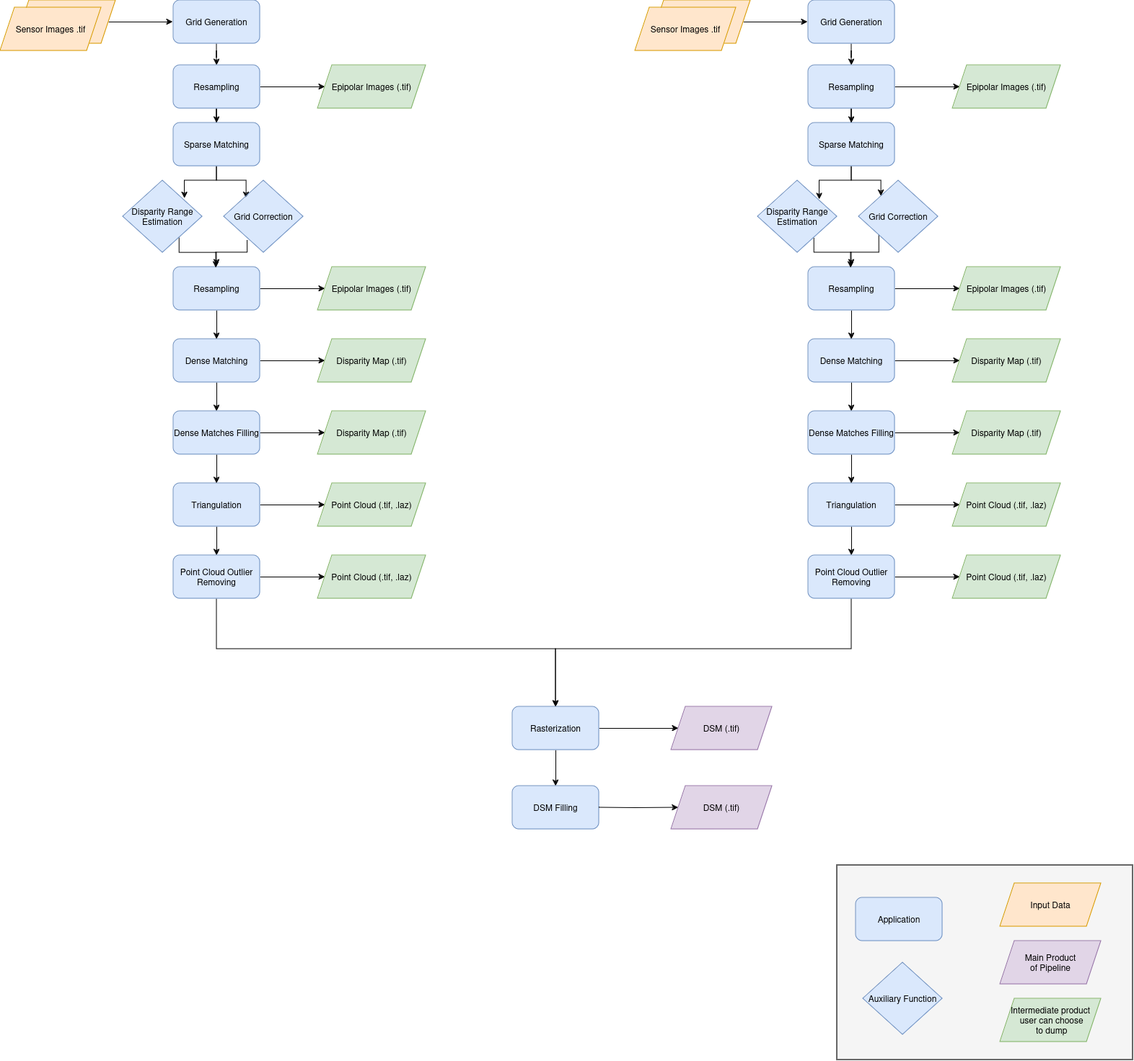
The draw.io diagram docs/source/images/cars_pipeline_multi_pair.png in CNES/cars, before a commit. Source tidied: cells renumbered, new cells last; positions are measured from the earlier drawing's top-left corner, leaving out a move shared by most shapes.
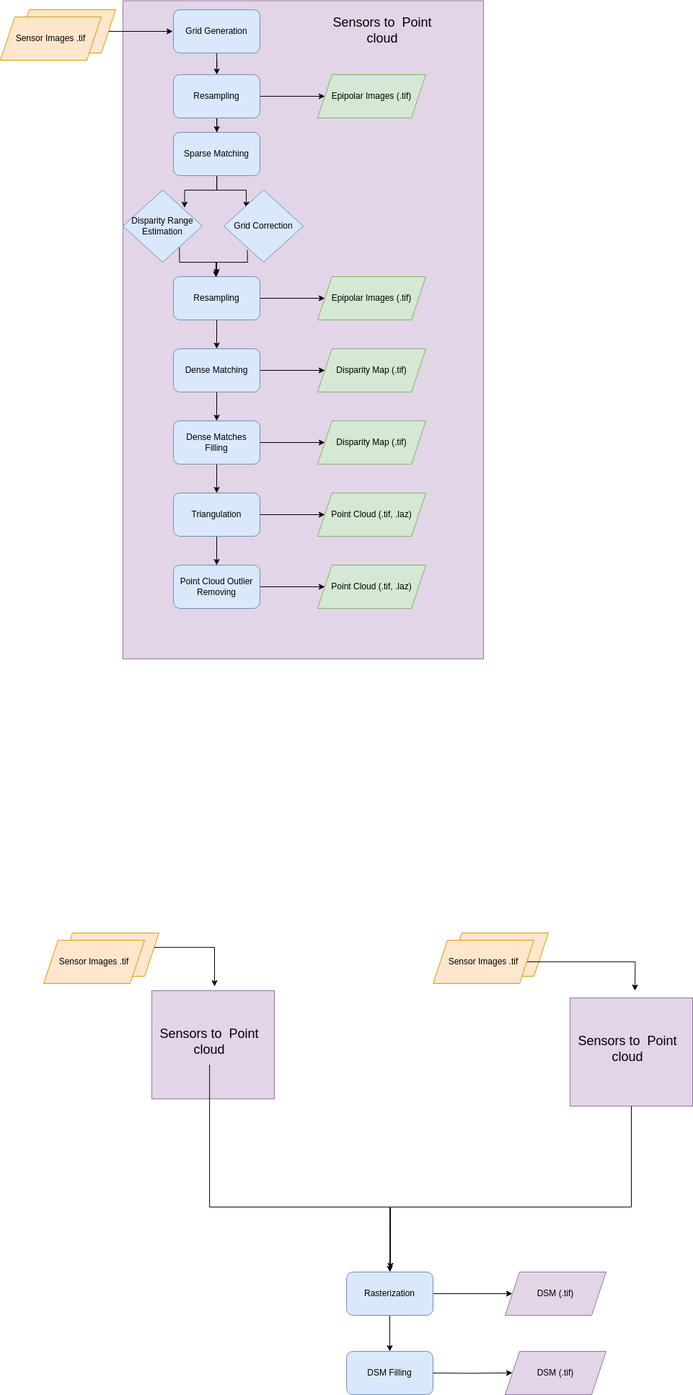
Above is the later version.

Commit message:
doc: update global schema

Diff of the diagram source:
```diff
@@ -2,6 +2,9 @@
   <root>
     <mxCell id="0" />
     <mxCell id="1" parent="0" />
+    <mxCell id="88" style="rounded=0;whiteSpace=wrap;html=1;fillColor=#e1d5e7;strokeColor=#9673a6;" parent="1" vertex="1">
+      <mxGeometry x="170" y="-12.5" width="500" height="912.5" as="geometry" />
+    </mxCell>
     <mxCell id="2" style="edgeStyle=orthogonalEdgeStyle;rounded=0;jettySize=auto;html=1;entryX=-0.008;entryY=0.5;entryDx=0;entryDy=0;entryPerimeter=0;strokeWidth=1;" parent="1" edge="1" source="3" target="5">
       <mxGeometry relative="1" as="geometry" />
     </mxCell>
@@ -32,16 +35,6 @@
     <mxCell id="11" value="Sparse Matching" style="rounded=1;whiteSpace=wrap;html=1;fillColor=#dae8fc;strokeColor=#6c8ebf;" parent="1" vertex="1">
       <mxGeometry x="240" y="170" width="120" height="60" as="geometry" />
     </mxCell>
-    <mxCell id="12" style="edgeStyle=orthogonalEdgeStyle;rounded=0;orthogonalLoop=1;jettySize=auto;html=1;strokeWidth=1;" parent="1" edge="1">
-      <mxGeometry relative="1" as="geometry">
-        <mxPoint x="300" y="830" as="sourcePoint" />
-        <mxPoint x="770" y="980" as="targetPoint" />
-        <Array as="points">
-          <mxPoint x="300" y="900" />
-          <mxPoint x="770" y="900" />
-        </Array>
-      </mxGeometry>
-    </mxCell>
     <mxCell id="13" style="edgeStyle=orthogonalEdgeStyle;rounded=0;jettySize=auto;html=1;strokeWidth=1;" parent="1" edge="1" source="15" target="33">
       <mxGeometry relative="1" as="geometry" />
     </mxCell>
@@ -87,10 +80,10 @@
       <mxGeometry relative="1" as="geometry" />
     </mxCell>
     <mxCell id="26" value="Rasterization" style="rounded=1;whiteSpace=wrap;html=1;fillColor=#dae8fc;strokeColor=#6c8ebf;" parent="1" vertex="1">
-      <mxGeometry x="710" y="980" width="120" height="60" as="geometry" />
+      <mxGeometry x="480" y="1750" width="120" height="60" as="geometry" />
     </mxCell>
     <mxCell id="27" value="DSM (.tif)" style="shape=parallelogram;perimeter=parallelogramPerimeter;whiteSpace=wrap;html=1;fixedSize=1;fillColor=#e1d5e7;strokeColor=#9673a6;" parent="1" vertex="1">
-      <mxGeometry x="930" y="980" width="140" height="60" as="geometry" />
+      <mxGeometry x="700" y="1750" width="140" height="60" as="geometry" />
     </mxCell>
     <mxCell id="28" value="Epipolar Images (.tif)" style="shape=parallelogram;perimeter=parallelogramPerimeter;whiteSpace=wrap;html=1;fixedSize=1;fillColor=#d5e8d4;strokeColor=#82b366;" parent="1" vertex="1">
       <mxGeometry x="440" y="90" width="150" height="60" as="geometry" />
@@ -115,113 +108,9 @@
     <mxCell id="33" value="Point Cloud (.tif, .laz)" style="shape=parallelogram;perimeter=parallelogramPerimeter;whiteSpace=wrap;html=1;fixedSize=1;fillColor=#d5e8d4;strokeColor=#82b366;" parent="1" vertex="1">
       <mxGeometry x="440" y="670" width="150" height="60" as="geometry" />
     </mxCell>
-    <mxCell id="34" style="edgeStyle=orthogonalEdgeStyle;rounded=0;jettySize=auto;html=1;entryX=-0.008;entryY=0.5;entryDx=0;entryDy=0;entryPerimeter=0;strokeWidth=1;" parent="1" edge="1" source="35" target="37">
-      <mxGeometry relative="1" as="geometry" />
-    </mxCell>
-    <mxCell id="35" style="shape=parallelogram;perimeter=parallelogramPerimeter;whiteSpace=wrap;html=1;fixedSize=1;fillColor=#ffe6cc;strokeColor=#d79b00;" parent="1" vertex="1">
-      <mxGeometry x="900" width="140" height="60" as="geometry" />
-    </mxCell>
-    <mxCell id="36" style="edgeStyle=orthogonalEdgeStyle;rounded=0;jettySize=auto;html=1;strokeWidth=1;" parent="1" edge="1" source="37" target="40">
-      <mxGeometry relative="1" as="geometry" />
-    </mxCell>
-    <mxCell id="37" value="Grid Generation" style="rounded=1;whiteSpace=wrap;html=1;fillColor=#dae8fc;strokeColor=#6c8ebf;" parent="1" vertex="1">
-      <mxGeometry x="1120" width="120" height="60" as="geometry" />
-    </mxCell>
-    <mxCell id="38" style="edgeStyle=orthogonalEdgeStyle;rounded=0;jettySize=auto;html=1;strokeWidth=1;" parent="1" edge="1" source="40" target="43">
-      <mxGeometry relative="1" as="geometry" />
-    </mxCell>
-    <mxCell id="39" style="edgeStyle=orthogonalEdgeStyle;rounded=0;jettySize=auto;html=1;strokeWidth=1;" parent="1" edge="1" source="40" target="56">
-      <mxGeometry relative="1" as="geometry" />
-    </mxCell>
-    <mxCell id="40" value="Resampling" style="rounded=1;whiteSpace=wrap;html=1;fillColor=#dae8fc;strokeColor=#6c8ebf;" parent="1" vertex="1">
-      <mxGeometry x="1120" y="90" width="120" height="60" as="geometry" />
-    </mxCell>
-    <mxCell id="41" style="edgeStyle=orthogonalEdgeStyle;rounded=0;jettySize=auto;html=1;strokeWidth=1;entryX=0.777;entryY=0.26;entryDx=0;entryDy=0;entryPerimeter=0;" parent="1" edge="1" source="43" target="55">
-      <mxGeometry relative="1" as="geometry" />
-    </mxCell>
-    <mxCell id="42" style="edgeStyle=orthogonalEdgeStyle;rounded=0;jettySize=auto;html=1;strokeWidth=1;entryX=0.283;entryY=0.217;entryDx=0;entryDy=0;entryPerimeter=0;" parent="1" edge="1" source="43" target="60">
-      <mxGeometry relative="1" as="geometry" />
-    </mxCell>
-    <mxCell id="43" value="Sparse Matching" style="rounded=1;whiteSpace=wrap;html=1;fillColor=#dae8fc;strokeColor=#6c8ebf;" parent="1" vertex="1">
-      <mxGeometry x="1120" y="170" width="120" height="60" as="geometry" />
-    </mxCell>
-    <mxCell id="44" style="edgeStyle=orthogonalEdgeStyle;rounded=0;jettySize=auto;html=1;strokeWidth=1;" parent="1" edge="1" source="47" target="61">
-      <mxGeometry relative="1" as="geometry" />
-    </mxCell>
-    <mxCell id="45" style="edgeStyle=orthogonalEdgeStyle;rounded=0;orthogonalLoop=1;jettySize=auto;html=1;" parent="1" edge="1">
-      <mxGeometry relative="1" as="geometry">
-        <mxPoint x="1180" y="830" as="sourcePoint" />
-        <mxPoint x="770" y="980" as="targetPoint" />
-        <Array as="points">
-          <mxPoint x="1180" y="900" />
-          <mxPoint x="770" y="900" />
-        </Array>
-      </mxGeometry>
-    </mxCell>
-    <mxCell id="46" style="edgeStyle=orthogonalEdgeStyle;rounded=0;jettySize=auto;html=1;" parent="1" edge="1" source="47" target="83">
-      <mxGeometry relative="1" as="geometry" />
-    </mxCell>
-    <mxCell id="47" value="Triangulation" style="rounded=1;whiteSpace=wrap;html=1;fillColor=#dae8fc;strokeColor=#6c8ebf;" parent="1" vertex="1">
-      <mxGeometry x="1120" y="670" width="120" height="60" as="geometry" />
-    </mxCell>
-    <mxCell id="48" style="edgeStyle=orthogonalEdgeStyle;rounded=0;jettySize=auto;html=1;strokeWidth=1;" parent="1" edge="1" source="50" target="58">
-      <mxGeometry relative="1" as="geometry" />
-    </mxCell>
-    <mxCell id="49" style="edgeStyle=orthogonalEdgeStyle;rounded=0;jettySize=auto;html=1;" parent="1" edge="1" source="50" target="70">
-      <mxGeometry relative="1" as="geometry" />
-    </mxCell>
-    <mxCell id="50" value="Dense Matching" style="rounded=1;whiteSpace=wrap;html=1;fillColor=#dae8fc;strokeColor=#6c8ebf;" parent="1" vertex="1">
-      <mxGeometry x="1120" y="470" width="120" height="60" as="geometry" />
-    </mxCell>
-    <mxCell id="51" style="edgeStyle=orthogonalEdgeStyle;rounded=0;jettySize=auto;html=1;strokeWidth=1;" parent="1" edge="1" source="53" target="50">
-      <mxGeometry relative="1" as="geometry" />
-    </mxCell>
-    <mxCell id="52" style="edgeStyle=orthogonalEdgeStyle;rounded=0;jettySize=auto;html=1;strokeWidth=1;" parent="1" edge="1" source="53" target="57">
-      <mxGeometry relative="1" as="geometry" />
-    </mxCell>
-    <mxCell id="53" value="Resampling" style="rounded=1;whiteSpace=wrap;html=1;fillColor=#dae8fc;strokeColor=#6c8ebf;" parent="1" vertex="1">
-      <mxGeometry x="1120" y="370" width="120" height="60" as="geometry" />
-    </mxCell>
-    <mxCell id="54" style="edgeStyle=orthogonalEdgeStyle;rounded=0;jettySize=auto;html=1;entryX=0.5;entryY=-0.033;entryDx=0;entryDy=0;entryPerimeter=0;strokeWidth=1;exitX=0.712;exitY=0.803;exitDx=0;exitDy=0;exitPerimeter=0;" parent="1" edge="1" source="55" target="53">
-      <mxGeometry relative="1" as="geometry">
-        <Array as="points">
-          <mxPoint x="1128" y="350" />
-          <mxPoint x="1180" y="350" />
-        </Array>
-      </mxGeometry>
-    </mxCell>
-    <mxCell id="55" value="Disparity Range Estimation" style="rhombus;whiteSpace=wrap;html=1;fillColor=#dae8fc;strokeColor=#6c8ebf;" parent="1" vertex="1">
-      <mxGeometry x="1050" y="250" width="110" height="100" as="geometry" />
-    </mxCell>
-    <mxCell id="56" value="Epipolar Images (.tif)" style="shape=parallelogram;perimeter=parallelogramPerimeter;whiteSpace=wrap;html=1;fixedSize=1;fillColor=#d5e8d4;strokeColor=#82b366;" parent="1" vertex="1">
-      <mxGeometry x="1320" y="90" width="150" height="60" as="geometry" />
-    </mxCell>
-    <mxCell id="57" value="Epipolar Images (.tif)" style="shape=parallelogram;perimeter=parallelogramPerimeter;whiteSpace=wrap;html=1;fixedSize=1;fillColor=#d5e8d4;strokeColor=#82b366;" parent="1" vertex="1">
-      <mxGeometry x="1320" y="370" width="150" height="60" as="geometry" />
-    </mxCell>
-    <mxCell id="58" value="Disparity Map (.tif)" style="shape=parallelogram;perimeter=parallelogramPerimeter;whiteSpace=wrap;html=1;fixedSize=1;fillColor=#d5e8d4;strokeColor=#82b366;" parent="1" vertex="1">
-      <mxGeometry x="1320" y="470" width="150" height="60" as="geometry" />
-    </mxCell>
-    <mxCell id="59" style="edgeStyle=orthogonalEdgeStyle;rounded=0;jettySize=auto;html=1;entryX=0.492;entryY=0.017;entryDx=0;entryDy=0;entryPerimeter=0;strokeWidth=1;exitX=0.257;exitY=0.746;exitDx=0;exitDy=0;exitPerimeter=0;" parent="1" edge="1" source="60" target="53">
-      <mxGeometry relative="1" as="geometry">
-        <Array as="points">
-          <mxPoint x="1218" y="350" />
-          <mxPoint x="1179" y="350" />
-        </Array>
-      </mxGeometry>
-    </mxCell>
-    <mxCell id="60" value="Grid Correction" style="rhombus;whiteSpace=wrap;html=1;fillColor=#dae8fc;strokeColor=#6c8ebf;" parent="1" vertex="1">
-      <mxGeometry x="1190" y="250" width="110" height="100" as="geometry" />
-    </mxCell>
-    <mxCell id="61" value="Point Cloud (.tif, .laz)" style="shape=parallelogram;perimeter=parallelogramPerimeter;whiteSpace=wrap;html=1;fixedSize=1;fillColor=#d5e8d4;strokeColor=#82b366;" parent="1" vertex="1">
-      <mxGeometry x="1320" y="670" width="150" height="60" as="geometry" />
-    </mxCell>
     <mxCell id="62" value="Sensor Images .tif" style="shape=parallelogram;perimeter=parallelogramPerimeter;whiteSpace=wrap;html=1;fixedSize=1;fillColor=#ffe6cc;strokeColor=#d79b00;" parent="1" vertex="1">
       <mxGeometry y="10" width="140" height="60" as="geometry" />
     </mxCell>
-    <mxCell id="63" value="Sensor Images .tif" style="shape=parallelogram;perimeter=parallelogramPerimeter;whiteSpace=wrap;html=1;fixedSize=1;fillColor=#ffe6cc;strokeColor=#d79b00;" parent="1" vertex="1">
-      <mxGeometry x="880" y="10" width="140" height="60" as="geometry" />
-    </mxCell>
     <mxCell id="64" style="edgeStyle=orthogonalEdgeStyle;rounded=0;jettySize=auto;html=1;strokeWidth=1;" parent="1" edge="1" source="66" target="67">
       <mxGeometry relative="1" as="geometry" />
     </mxCell>
@@ -234,39 +123,6 @@
     <mxCell id="67" value="Disparity Map (.tif)" style="shape=parallelogram;perimeter=parallelogramPerimeter;whiteSpace=wrap;html=1;fixedSize=1;fillColor=#d5e8d4;strokeColor=#82b366;" parent="1" vertex="1">
       <mxGeometry x="440" y="570" width="150" height="60" as="geometry" />
     </mxCell>
-    <mxCell id="68" style="edgeStyle=orthogonalEdgeStyle;rounded=0;jettySize=auto;html=1;strokeWidth=1;" parent="1" edge="1" source="70" target="71">
-      <mxGeometry relative="1" as="geometry" />
-    </mxCell>
-    <mxCell id="69" style="edgeStyle=orthogonalEdgeStyle;rounded=0;jettySize=auto;html=1;" parent="1" edge="1" source="70" target="47">
-      <mxGeometry relative="1" as="geometry" />
-    </mxCell>
-    <mxCell id="70" value="Dense Matches Filling" style="rounded=1;whiteSpace=wrap;html=1;fillColor=#dae8fc;strokeColor=#6c8ebf;" parent="1" vertex="1">
-      <mxGeometry x="1120" y="570" width="120" height="60" as="geometry" />
-    </mxCell>
-    <mxCell id="71" value="Disparity Map (.tif)" style="shape=parallelogram;perimeter=parallelogramPerimeter;whiteSpace=wrap;html=1;fixedSize=1;fillColor=#d5e8d4;strokeColor=#82b366;" parent="1" vertex="1">
-      <mxGeometry x="1320" y="570" width="150" height="60" as="geometry" />
-    </mxCell>
-    <mxCell id="72" style="group;" parent="1" vertex="1">
-      <mxGeometry x="1160" y="1200" width="410" height="270" as="geometry" />
-    </mxCell>
-    <mxCell id="73" style="rounded=0;whiteSpace=wrap;html=1;fillColor=#f5f5f5;fontColor=#333333;strokeColor=#666666;strokeWidth=2;" parent="72" vertex="1">
-      <mxGeometry width="410" height="270" as="geometry" />
-    </mxCell>
-    <mxCell id="74" value="Application" style="rounded=1;whiteSpace=wrap;html=1;fillColor=#dae8fc;strokeColor=#6c8ebf;" parent="72" vertex="1">
-      <mxGeometry x="26" y="45" width="120" height="60" as="geometry" />
-    </mxCell>
-    <mxCell id="75" value="&lt;div&gt;Main Product &lt;br&gt;&lt;/div&gt;&lt;div&gt;of Pipeline&lt;/div&gt;" style="shape=parallelogram;perimeter=parallelogramPerimeter;whiteSpace=wrap;html=1;fixedSize=1;fillColor=#e1d5e7;strokeColor=#9673a6;" parent="72" vertex="1">
-      <mxGeometry x="226" y="105" width="140" height="60" as="geometry" />
-    </mxCell>
-    <mxCell id="76" value="&lt;div&gt;Intermediate product&lt;/div&gt;&lt;div&gt;&amp;nbsp;user can choose&lt;/div&gt;&lt;div&gt;&amp;nbsp;to dump&lt;/div&gt;" style="shape=parallelogram;perimeter=parallelogramPerimeter;whiteSpace=wrap;html=1;fixedSize=1;fillColor=#d5e8d4;strokeColor=#82b366;" parent="72" vertex="1">
-      <mxGeometry x="226" y="185" width="140" height="60" as="geometry" />
-    </mxCell>
-    <mxCell id="77" value="Input Data" style="shape=parallelogram;perimeter=parallelogramPerimeter;whiteSpace=wrap;html=1;fixedSize=1;fillColor=#ffe6cc;strokeColor=#d79b00;" parent="72" vertex="1">
-      <mxGeometry x="226" y="25" width="140" height="60" as="geometry" />
-    </mxCell>
-    <mxCell id="78" value="Auxiliary Function" style="rhombus;whiteSpace=wrap;html=1;fillColor=#dae8fc;strokeColor=#6c8ebf;" parent="72" vertex="1">
-      <mxGeometry x="36" y="135" width="110" height="100" as="geometry" />
-    </mxCell>
     <mxCell id="79" style="edgeStyle=orthogonalEdgeStyle;rounded=0;jettySize=auto;html=1;strokeWidth=1;" parent="1" edge="1" source="80" target="81">
       <mxGeometry relative="1" as="geometry" />
     </mxCell>
@@ -276,25 +132,77 @@
     <mxCell id="81" value="Point Cloud&amp;nbsp;(.tif, .laz)" style="shape=parallelogram;perimeter=parallelogramPerimeter;whiteSpace=wrap;html=1;fixedSize=1;fillColor=#d5e8d4;strokeColor=#82b366;" parent="1" vertex="1">
       <mxGeometry x="440" y="770" width="150" height="60" as="geometry" />
     </mxCell>
-    <mxCell id="82" style="edgeStyle=orthogonalEdgeStyle;rounded=0;jettySize=auto;html=1;strokeWidth=1;" parent="1" edge="1" source="83" target="84">
-      <mxGeometry relative="1" as="geometry" />
-    </mxCell>
-    <mxCell id="83" value="Point Cloud Outlier Removing" style="rounded=1;whiteSpace=wrap;html=1;fillColor=#dae8fc;strokeColor=#6c8ebf;" parent="1" vertex="1">
-      <mxGeometry x="1120" y="770" width="120" height="60" as="geometry" />
-    </mxCell>
-    <mxCell id="84" value="Point Cloud (.tif, .laz)" style="shape=parallelogram;perimeter=parallelogramPerimeter;whiteSpace=wrap;html=1;fixedSize=1;fillColor=#d5e8d4;strokeColor=#82b366;" parent="1" vertex="1">
-      <mxGeometry x="1320" y="770" width="150" height="60" as="geometry" />
-    </mxCell>
     <mxCell id="85" value="DSM Filling" style="rounded=1;whiteSpace=wrap;html=1;fillColor=#dae8fc;strokeColor=#6c8ebf;" parent="1" vertex="1">
-      <mxGeometry x="710" y="1090" width="120" height="60" as="geometry" />
+      <mxGeometry x="480" y="1860" width="120" height="60" as="geometry" />
     </mxCell>
     <mxCell id="86" style="edgeStyle=orthogonalEdgeStyle;rounded=0;jettySize=auto;html=1;strokeWidth=1;" parent="1" edge="1" target="87">
       <mxGeometry relative="1" as="geometry">
-        <mxPoint x="830" y="1120" as="sourcePoint" />
+        <mxPoint x="600" y="1890" as="sourcePoint" />
       </mxGeometry>
     </mxCell>
     <mxCell id="87" value="DSM (.tif)" style="shape=parallelogram;perimeter=parallelogramPerimeter;whiteSpace=wrap;html=1;fixedSize=1;fillColor=#e1d5e7;strokeColor=#9673a6;" parent="1" vertex="1">
-      <mxGeometry x="930" y="1090" width="140" height="60" as="geometry" />
+      <mxGeometry x="700" y="1860" width="140" height="60" as="geometry" />
     </mxCell>
+    <mxCell id="89" value="&lt;font style=&quot;font-size: 18px;&quot;&gt;Sensors to&amp;nbsp; Point cloud&lt;/font&gt;" style="text;html=1;strokeColor=none;fillColor=none;align=center;verticalAlign=middle;whiteSpace=wrap;rounded=0;" parent="1" vertex="1">
+      <mxGeometry x="440" y="-2.5" width="180" height="62.5" as="geometry" />
+    </mxCell>
+    <mxCell id="90" style="shape=parallelogram;perimeter=parallelogramPerimeter;whiteSpace=wrap;html=1;fixedSize=1;fillColor=#ffe6cc;strokeColor=#d79b00;" parent="1" vertex="1">
+      <mxGeometry x="80" y="1280" width="140" height="60" as="geometry" />
+    </mxCell>
+    <mxCell id="91" value="Sensor Images .tif" style="shape=parallelogram;perimeter=parallelogramPerimeter;whiteSpace=wrap;html=1;fixedSize=1;fillColor=#ffe6cc;strokeColor=#d79b00;" parent="1" vertex="1">
+      <mxGeometry x="60" y="1290" width="140" height="60" as="geometry" />
+    </mxCell>
+    <mxCell id="92" style="shape=parallelogram;perimeter=parallelogramPerimeter;whiteSpace=wrap;html=1;fixedSize=1;fillColor=#ffe6cc;strokeColor=#d79b00;" parent="1" vertex="1">
+      <mxGeometry x="620" y="1280" width="140" height="60" as="geometry" />
+    </mxCell>
+    <mxCell id="93" style="edgeStyle=orthogonalEdgeStyle;rounded=0;jettySize=auto;html=1;" parent="1" edge="1" source="94">
+      <mxGeometry relative="1" as="geometry">
+        <mxPoint x="880" y="1360" as="targetPoint" />
+      </mxGeometry>
+    </mxCell>
+    <mxCell id="94" value="Sensor Images .tif" style="shape=parallelogram;perimeter=parallelogramPerimeter;whiteSpace=wrap;html=1;fixedSize=1;fillColor=#ffe6cc;strokeColor=#d79b00;" parent="1" vertex="1">
+      <mxGeometry x="600" y="1290" width="140" height="60" as="geometry" />
+    </mxCell>
+    <mxCell id="95" style="group;" parent="1" vertex="1">
+      <mxGeometry x="200" y="1360" width="180" height="150" as="geometry" />
+    </mxCell>
+    <mxCell id="96" style="rounded=0;whiteSpace=wrap;html=1;fillColor=#e1d5e7;strokeColor=#9673a6;" parent="95" vertex="1">
+      <mxGeometry x="10" width="170" height="150" as="geometry" />
+    </mxCell>
+    <mxCell id="97" value="&lt;font style=&quot;font-size: 18px;&quot;&gt;Sensors to&amp;nbsp; Point cloud&lt;/font&gt;" style="text;html=1;strokeColor=none;fillColor=none;align=center;verticalAlign=middle;whiteSpace=wrap;rounded=0;" parent="95" vertex="1">
+      <mxGeometry y="40" width="180" height="62.5" as="geometry" />
+    </mxCell>
+    <mxCell id="98" style="group;" parent="1" vertex="1">
+      <mxGeometry x="780" y="1370" width="180" height="150" as="geometry" />
+    </mxCell>
+    <mxCell id="99" style="rounded=0;whiteSpace=wrap;html=1;fillColor=#e1d5e7;strokeColor=#9673a6;" parent="98" vertex="1">
+      <mxGeometry x="10" width="170" height="150" as="geometry" />
+    </mxCell>
+    <mxCell id="100" value="&lt;font style=&quot;font-size: 18px;&quot;&gt;Sensors to&amp;nbsp; Point cloud&lt;/font&gt;" style="text;html=1;strokeColor=none;fillColor=none;align=center;verticalAlign=middle;whiteSpace=wrap;rounded=0;" parent="98" vertex="1">
+      <mxGeometry y="40" width="180" height="62.5" as="geometry" />
+    </mxCell>
+    <mxCell id="101" style="edgeStyle=orthogonalEdgeStyle;rounded=0;jettySize=auto;html=1;" parent="1" edge="1" source="97" target="26">
+      <mxGeometry relative="1" as="geometry">
+        <Array as="points">
+          <mxPoint x="290" y="1660" />
+          <mxPoint x="540" y="1660" />
+        </Array>
+      </mxGeometry>
+    </mxCell>
+    <mxCell id="102" style="edgeStyle=orthogonalEdgeStyle;rounded=0;jettySize=auto;html=1;entryX=0.508;entryY=-0.067;entryDx=0;entryDy=0;entryPerimeter=0;" parent="1" edge="1" source="99" target="26">
+      <mxGeometry relative="1" as="geometry">
+        <Array as="points">
+          <mxPoint x="875" y="1660" />
+          <mxPoint x="541" y="1660" />
+        </Array>
+      </mxGeometry>
+    </mxCell>
+    <mxCell id="103" style="edgeStyle=orthogonalEdgeStyle;rounded=0;jettySize=auto;html=1;entryX=0.512;entryY=-0.04;entryDx=0;entryDy=0;entryPerimeter=0;" parent="1" edge="1" source="90" target="96">
+      <mxGeometry relative="1" as="geometry">
+        <Array as="points">
+          <mxPoint x="297" y="1300" />
+        </Array>
+      </mxGeometry>
+    </mxCell>
   </root>
 </mxGraphModel>
```
